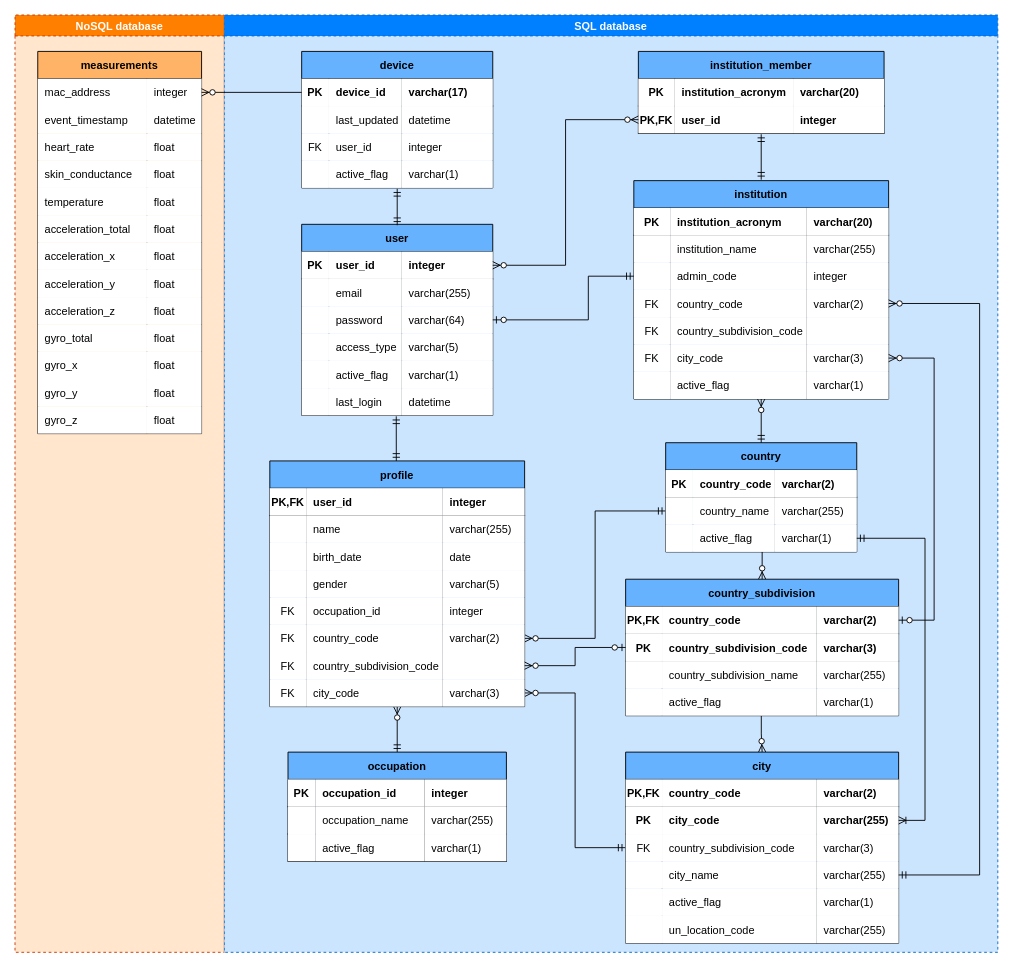
julianaclp/tcc-diagrams keeps this draw.io diagram as physical data model.drawio. Above is the earlier version. Source tidied: cells renumbered, new cells numbered last; positions are measured from the earlier drawing's top-left corner, leaving out a move shared by most shapes. Both pictures are drawn from the tidied source at 91%, with x=0, y=0 at pixel (15, 15).
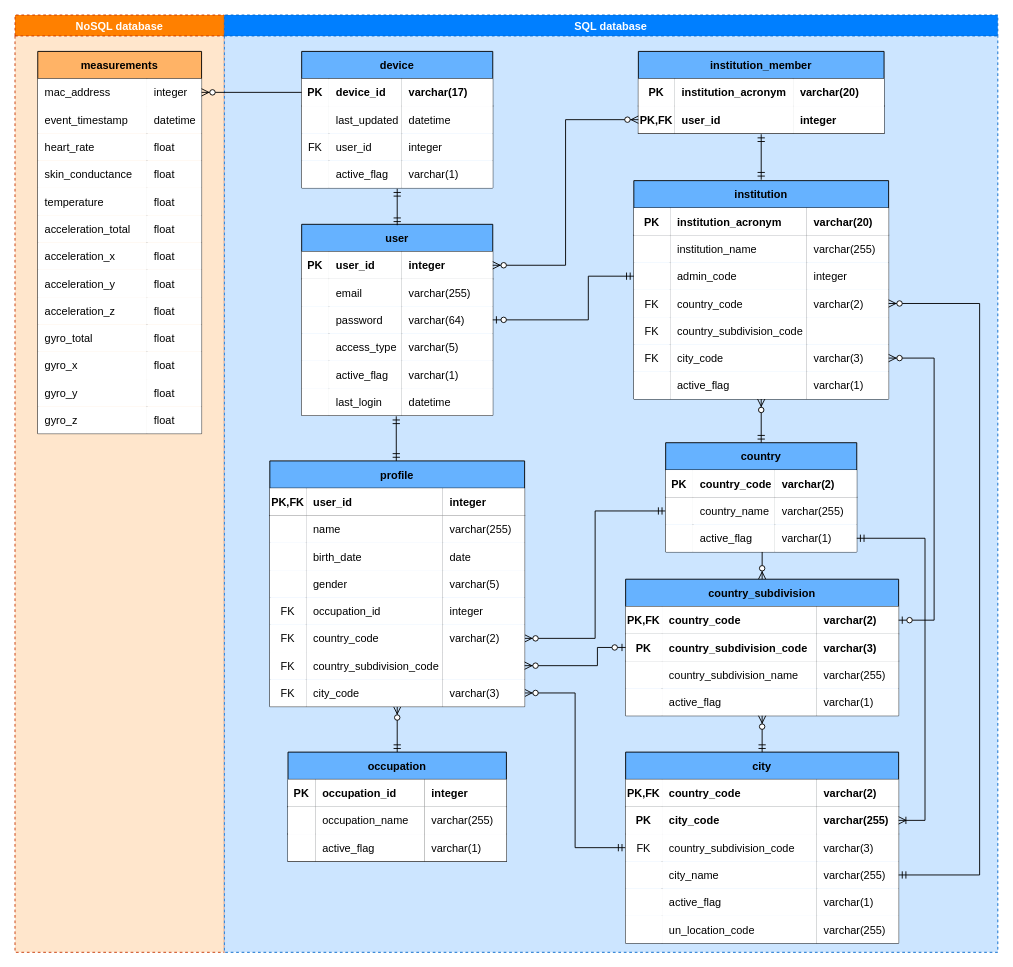
The same diagram, later.

Unchanged cells that the change refers to:
```xml
<mxCell id="43" value="SQL database" style="swimlane;dashed=1;fillColor=#007FFF;fontColor=#ffffff;strokeColor=#0066CC;swimlaneFillColor=#CCE5FF;" parent="1" vertex="1">
  <mxGeometry x="230" width="850" height="1030" as="geometry" />
</mxCell>
<mxCell id="100" style="shape=partialRectangle;fillColor=none;top=0;left=0;bottom=0;right=0;points=[[0,0.5],[1,0.5]];portConstraint=eastwest;" parent="75" vertex="1">
  <mxGeometry y="210" width="280" height="30" as="geometry" />
</mxCell>
<mxCell id="126" style="shape=partialRectangle;fillColor=none;top=0;left=0;bottom=1;right=0;points=[[0,0.5],[1,0.5]];portConstraint=eastwest;" parent="121" vertex="1">
  <mxGeometry y="60" width="300" height="30" as="geometry" />
</mxCell>
<mxCell id="134" style="shape=partialRectangle;fillColor=none;top=0;left=0;bottom=0;right=0;points=[[0,0.5],[1,0.5]];portConstraint=eastwest;" parent="121" vertex="1">
  <mxGeometry y="120" width="300" height="30" as="geometry" />
</mxCell>
<mxCell id="138" value="city" style="shape=table;startSize=30;childLayout=tableLayout;rowLines=0;fontStyle=1;align=center;fillColor=#66B2FF;" parent="43" vertex="1">
  <mxGeometry x="441" y="810" width="300" height="210" as="geometry" />
</mxCell>
```

What changed in the source:
```diff
@@
-    <mxCell id="49" style="fontSize=12;html=1;endArrow=ERzeroToMany;endFill=1;rounded=0;entryX=0.5;entryY=0;entryDx=0;entryDy=0;edgeStyle=orthogonalEdgeStyle;exitX=0.497;exitY=1;exitDx=0;exitDy=0;exitPerimeter=0;" parent="43" edge="1" source="134" target="138">
-      <mxGeometry relative="1" as="geometry" />
-    </mxCell>
@@
     <mxCell id="194" style="edgeStyle=orthogonalEdgeStyle;fontSize=12;html=1;endArrow=ERzeroToMany;startArrow=ERzeroToOne;rounded=0;exitX=0;exitY=0.5;exitDx=0;exitDy=0;entryX=1;entryY=0.5;entryDx=0;entryDy=0;" parent="43" edge="1" source="126" target="100">
-      <mxGeometry relative="1" as="geometry" />
+      <mxGeometry relative="1" as="geometry">
+        <Array as="points">
+          <mxPoint x="410" y="695" />
+          <mxPoint x="410" y="715" />
+        </Array>
+      </mxGeometry>
     </mxCell>
@@
+    <mxCell id="241" style="fontSize=12;html=1;endArrow=ERzeroToMany;startArrow=ERmandOne;rounded=0;exitX=0.5;exitY=0;exitDx=0;exitDy=0;entryX=0.5;entryY=1.033;entryDx=0;entryDy=0;entryPerimeter=0;" parent="43" edge="1" source="138">
+      <mxGeometry relative="1" as="geometry">
+        <mxPoint x="591" y="770" as="targetPoint" />
+      </mxGeometry>
+    </mxCell>
```
